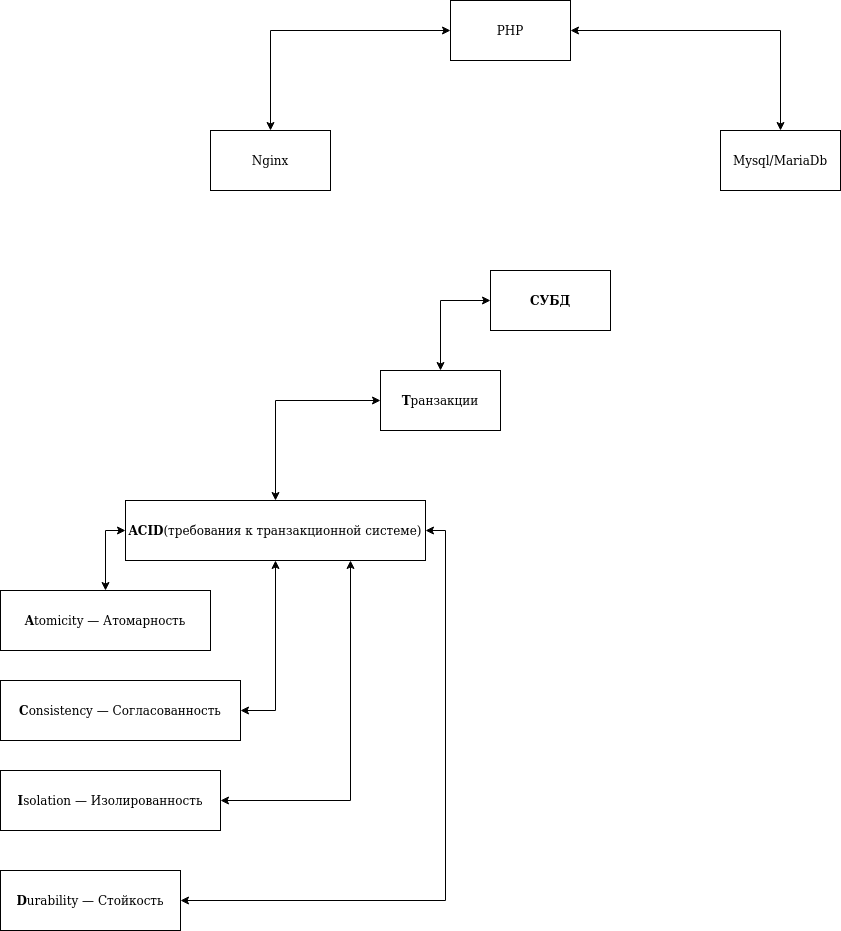
This is My_knowledges_map.png from porfirovskiy/My_Knowledges, a draw.io export, as it was before one commit. Source tidied: cells renumbered, new cells last; positions are measured from the earlier drawing's top-left corner, leaving out a move shared by most shapes.
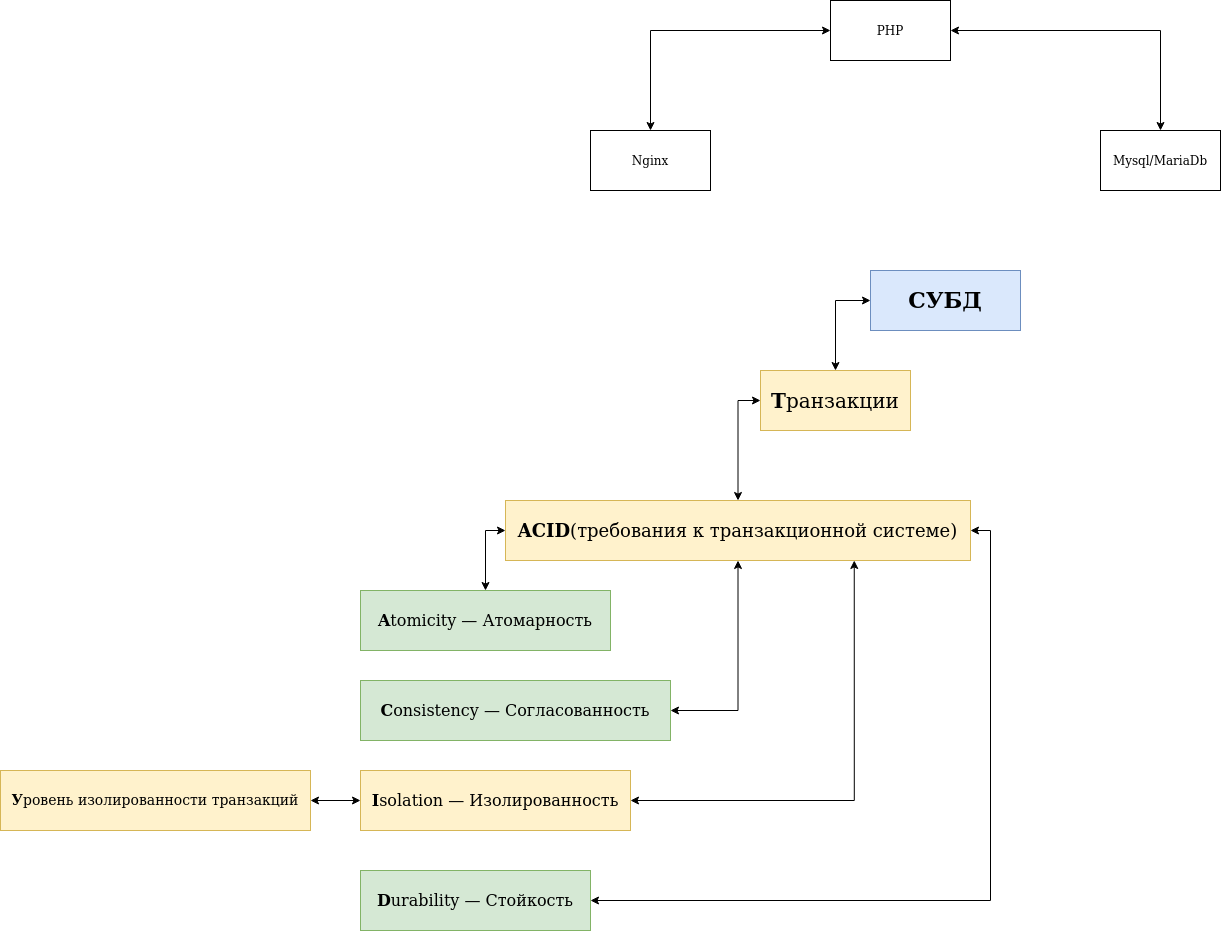
Later version of the same file.

Diff of the diagram source:
```diff
@@ -20,14 +20,14 @@
     <mxCell id="7" style="edgeStyle=orthogonalEdgeStyle;rounded=0;jettySize=auto;html=1;exitX=0;exitY=0.5;exitDx=0;exitDy=0;entryX=0.5;entryY=0;entryDx=0;entryDy=0;startArrow=classic;startFill=1;" parent="1" edge="1" source="8" target="10">
       <mxGeometry relative="1" as="geometry" />
     </mxCell>
-    <mxCell id="8" value="&lt;b&gt;СУБД&lt;/b&gt;" style="rounded=0;whiteSpace=wrap;html=1;" parent="1" vertex="1">
-      <mxGeometry x="490" y="270" width="120" height="60" as="geometry" />
+    <mxCell id="8" value="&lt;font style=&quot;font-size: 22px&quot;&gt;&lt;b&gt;СУБД&lt;/b&gt;&lt;/font&gt;" style="rounded=0;whiteSpace=wrap;html=1;fillColor=#dae8fc;strokeColor=#6c8ebf;" parent="1" vertex="1">
+      <mxGeometry x="490" y="270" width="150" height="60" as="geometry" />
     </mxCell>
     <mxCell id="9" style="edgeStyle=orthogonalEdgeStyle;rounded=0;jettySize=auto;html=1;exitX=0;exitY=0.5;exitDx=0;exitDy=0;entryX=0.5;entryY=0;entryDx=0;entryDy=0;startArrow=classic;startFill=1;" parent="1" edge="1" source="10" target="15">
       <mxGeometry relative="1" as="geometry" />
     </mxCell>
-    <mxCell id="10" value="&lt;b&gt;Т&lt;/b&gt;ранзакции" style="rounded=0;whiteSpace=wrap;html=1;" parent="1" vertex="1">
-      <mxGeometry x="380" y="370" width="120" height="60" as="geometry" />
+    <mxCell id="10" value="&lt;font style=&quot;font-size: 20px&quot;&gt;&lt;b&gt;Т&lt;/b&gt;ранзакции&lt;/font&gt;" style="rounded=0;whiteSpace=wrap;html=1;fillColor=#fff2cc;strokeColor=#d6b656;" parent="1" vertex="1">
+      <mxGeometry x="380" y="370" width="150" height="60" as="geometry" />
     </mxCell>
     <mxCell id="11" style="edgeStyle=orthogonalEdgeStyle;rounded=0;jettySize=auto;html=1;exitX=0;exitY=0.5;exitDx=0;exitDy=0;entryX=0.5;entryY=0;entryDx=0;entryDy=0;startArrow=classic;startFill=1;" parent="1" edge="1" source="15" target="16">
       <mxGeometry relative="1" as="geometry" />
@@ -41,20 +41,26 @@
     <mxCell id="14" style="edgeStyle=orthogonalEdgeStyle;rounded=0;jettySize=auto;html=1;exitX=1;exitY=0.5;exitDx=0;exitDy=0;entryX=1;entryY=0.5;entryDx=0;entryDy=0;startArrow=classic;startFill=1;" parent="1" edge="1" source="15" target="19">
       <mxGeometry relative="1" as="geometry" />
     </mxCell>
-    <mxCell id="15" value="&lt;b&gt;ACID&lt;/b&gt;(требования к транзакционной системе)" style="rounded=0;whiteSpace=wrap;html=1;" parent="1" vertex="1">
-      <mxGeometry x="125" y="500" width="300" height="60" as="geometry" />
+    <mxCell id="15" value="&lt;font style=&quot;font-size: 18px&quot;&gt;&lt;b&gt;ACID&lt;/b&gt;(требования к транзакционной системе)&lt;/font&gt;" style="rounded=0;whiteSpace=wrap;html=1;fillColor=#fff2cc;strokeColor=#d6b656;" parent="1" vertex="1">
+      <mxGeometry x="125" y="500" width="465" height="60" as="geometry" />
     </mxCell>
-    <mxCell id="16" value="&lt;b&gt;A&lt;/b&gt;tomicity — Атомарность" style="rounded=0;whiteSpace=wrap;html=1;" parent="1" vertex="1">
-      <mxGeometry y="590" width="210" height="60" as="geometry" />
+    <mxCell id="16" value="&lt;font style=&quot;font-size: 16px&quot;&gt;&lt;b&gt;A&lt;/b&gt;tomicity — Атомарность&lt;/font&gt;" style="rounded=0;whiteSpace=wrap;html=1;fillColor=#d5e8d4;strokeColor=#82b366;" parent="1" vertex="1">
+      <mxGeometry x="-20" y="590" width="250" height="60" as="geometry" />
     </mxCell>
-    <mxCell id="17" value="&lt;b&gt;C&lt;/b&gt;onsistency — Согласованность" style="rounded=0;whiteSpace=wrap;html=1;" parent="1" vertex="1">
-      <mxGeometry y="680" width="240" height="60" as="geometry" />
+    <mxCell id="17" value="&lt;font style=&quot;font-size: 16px&quot;&gt;&lt;b&gt;C&lt;/b&gt;onsistency — Согласованность&lt;/font&gt;" style="rounded=0;whiteSpace=wrap;html=1;fillColor=#d5e8d4;strokeColor=#82b366;" parent="1" vertex="1">
+      <mxGeometry x="-20" y="680" width="310" height="60" as="geometry" />
     </mxCell>
+    <mxCell id="20" style="edgeStyle=orthogonalEdgeStyle;rounded=0;jettySize=auto;html=1;exitX=0;exitY=0.5;exitDx=0;exitDy=0;entryX=1;entryY=0.5;entryDx=0;entryDy=0;startArrow=classic;startFill=1;" parent="1" edge="1" source="18" target="21">
+      <mxGeometry relative="1" as="geometry" />
+    </mxCell>
-    <mxCell id="18" value="&lt;b&gt;I&lt;/b&gt;solation — Изолированность" style="rounded=0;whiteSpace=wrap;html=1;" parent="1" vertex="1">
-      <mxGeometry y="770" width="220" height="60" as="geometry" />
+    <mxCell id="18" value="&lt;font style=&quot;font-size: 16px&quot;&gt;&lt;b&gt;I&lt;/b&gt;solation — Изолированность&lt;/font&gt;" style="rounded=0;whiteSpace=wrap;html=1;fillColor=#fff2cc;strokeColor=#d6b656;" parent="1" vertex="1">
+      <mxGeometry x="-20" y="770" width="270" height="60" as="geometry" />
     </mxCell>
-    <mxCell id="19" value="&lt;b&gt;D&lt;/b&gt;urability — Стойкость" style="rounded=0;whiteSpace=wrap;html=1;" parent="1" vertex="1">
-      <mxGeometry y="870" width="180" height="60" as="geometry" />
+    <mxCell id="19" value="&lt;font style=&quot;font-size: 16px&quot;&gt;&lt;b&gt;D&lt;/b&gt;urability — Стойкость&lt;/font&gt;" style="rounded=0;whiteSpace=wrap;html=1;fillColor=#d5e8d4;strokeColor=#82b366;" parent="1" vertex="1">
+      <mxGeometry x="-20" y="870" width="230" height="60" as="geometry" />
     </mxCell>
+    <mxCell id="21" value="&lt;font style=&quot;font-size: 14px&quot;&gt;&lt;b&gt;У&lt;/b&gt;ровень изолированности транзакций&lt;/font&gt;" style="rounded=0;whiteSpace=wrap;html=1;fillColor=#fff2cc;strokeColor=#d6b656;" parent="1" vertex="1">
+      <mxGeometry x="-380" y="770" width="310" height="60" as="geometry" />
+    </mxCell>
   </root>
 </mxGraphModel>
```
